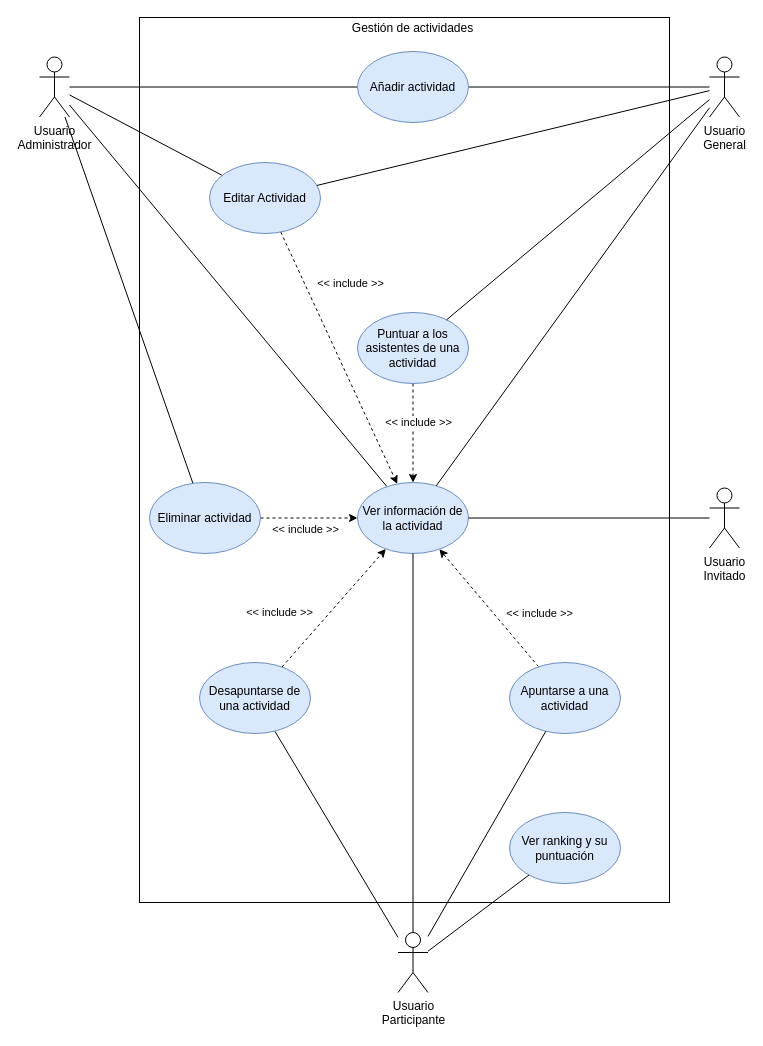
Before: diseno/sistema/CU/actividades.drawio in corderop/TFG, a draw.io diagram. Source tidied: cells renumbered, new cells numbered last; positions are measured from the earlier drawing's top-left corner, leaving out a move shared by most shapes. Both pictures are drawn from the tidied source at 100%, with x=0, y=0 at pixel (39, 17).
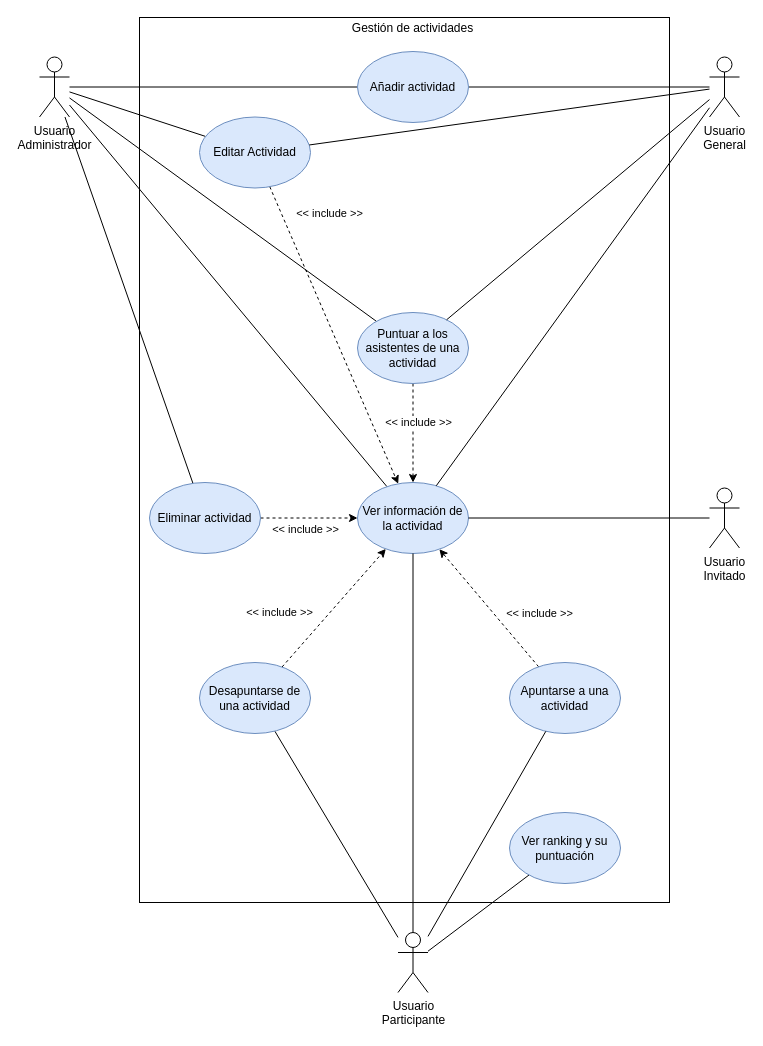
The same page after the edit.

The change refers to these unchanged cells:
```xml
<mxCell id="8" value="Usuario&lt;br&gt;Administrador" style="shape=umlActor;verticalLabelPosition=bottom;verticalAlign=top;html=1;outlineConnect=0;" parent="1" vertex="1">
  <mxGeometry y="39.5" width="30" height="60" as="geometry" />
</mxCell>
<mxCell id="12" style="edgeStyle=none;rounded=0;jettySize=auto;html=1;dashed=1;endArrow=classic;endFill=1;" parent="1" edge="1" source="14" target="15">
  <mxGeometry relative="1" as="geometry" />
</mxCell>
<mxCell id="18" value="Puntuar a los asistentes de una actividad" style="ellipse;whiteSpace=wrap;html=1;fillColor=#dae8fc;strokeColor=#6c8ebf;" parent="1" vertex="1">
  <mxGeometry x="318" y="295" width="111" height="71" as="geometry" />
</mxCell>
```

What changed in the source:
```diff
@@
+    <mxCell id="39" style="rounded=0;jettySize=auto;html=1;endArrow=none;endFill=0;" parent="1" edge="1" source="8" target="18">
+      <mxGeometry relative="1" as="geometry" />
+    </mxCell>
@@
     <mxCell id="13" value="&amp;lt;&amp;lt; include &amp;gt;&amp;gt;" style="edgeLabel;html=1;align=center;verticalAlign=middle;" parent="12" vertex="1">
       <mxGeometry x="0.44" y="2" relative="1" as="geometry">
-        <mxPoint x="-17" y="-130.2" as="offset" />
+        <mxPoint x="-34.6" y="-187.2" as="offset" />
       </mxGeometry>
     </mxCell>
     <mxCell id="14" value="Editar Actividad" style="ellipse;whiteSpace=wrap;html=1;fillColor=#dae8fc;strokeColor=#6c8ebf;" parent="1" vertex="1">
-      <mxGeometry x="170" y="145" width="111" height="71" as="geometry" />
+      <mxGeometry x="160" y="99.5" width="111" height="71" as="geometry" />
     </mxCell>
```
